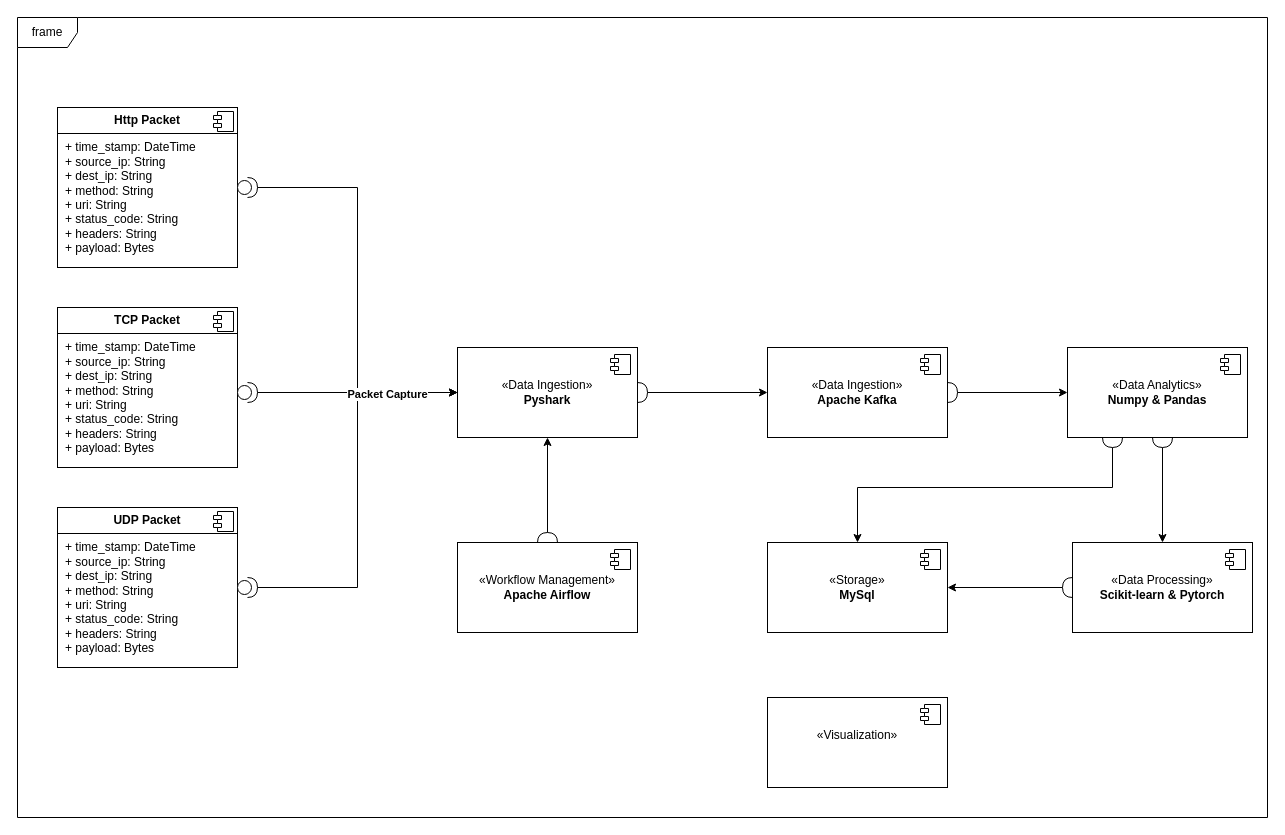
The draw.io diagram Data Flow Diagram.drawio in KaanIsmet/Net-Sentry, before the edit. Source tidied: cells renumbered, new cells numbered last; positions are measured from the earlier drawing's top-left corner, leaving out a move shared by most shapes. Both pictures are drawn from the tidied source at 100%, with x=0, y=0 at pixel (17, 17).
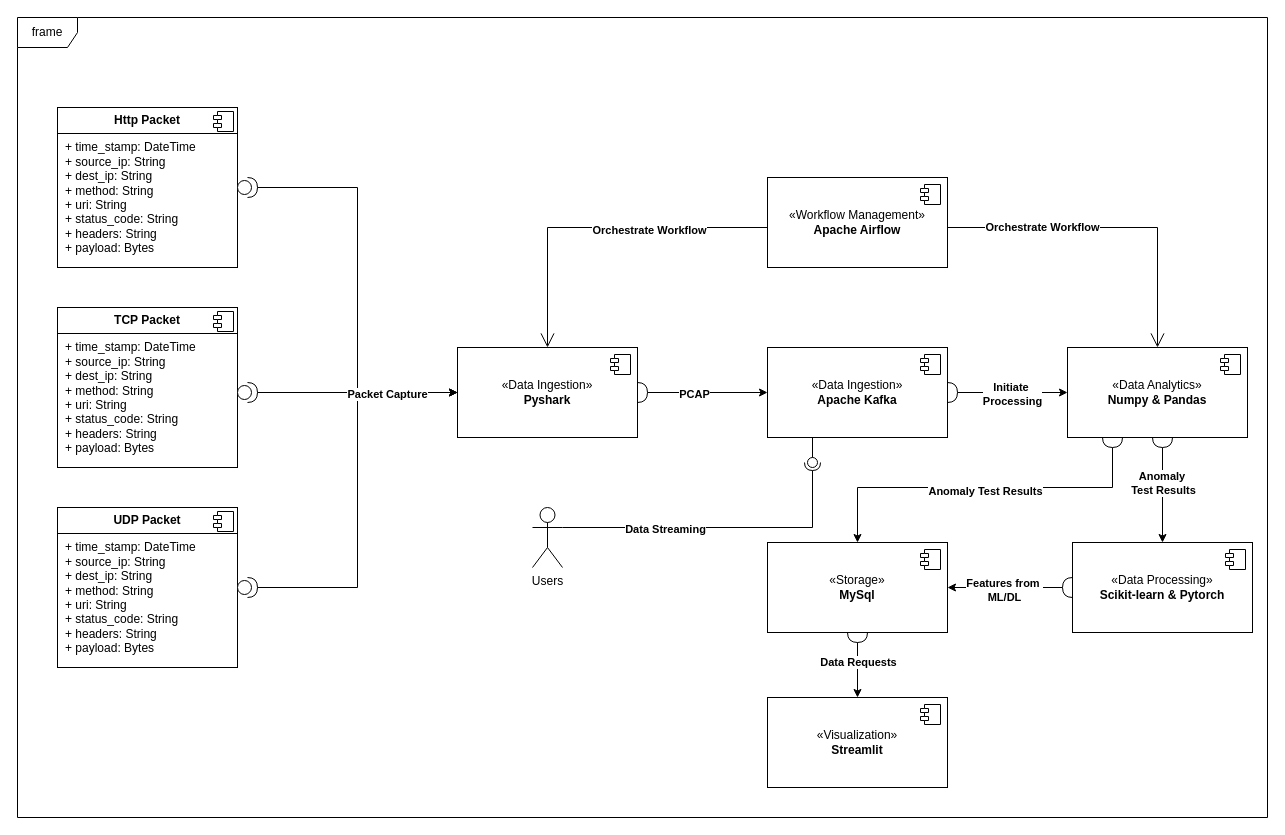
The same page after the edit.

Unchanged cells that the change refers to:
```xml
<mxCell id="3" value="«Data Ingestion»&lt;br&gt;&lt;b&gt;Pyshark&lt;/b&gt;" style="html=1;whiteSpace=wrap;" parent="1" vertex="1">
  <mxGeometry x="440" y="330" width="180" height="90" as="geometry" />
</mxCell>
<mxCell id="18" value="«Data Analytics»&lt;br&gt;&lt;b&gt;Numpy &amp;amp; Pandas&lt;/b&gt;" style="html=1;whiteSpace=wrap;" parent="1" vertex="1">
  <mxGeometry x="1050" y="330" width="180" height="90" as="geometry" />
</mxCell>
<mxCell id="22" style="edgeStyle=orthogonalEdgeStyle;rounded=0;jettySize=auto;html=1;" parent="1" edge="1" source="23" target="26">
  <mxGeometry relative="1" as="geometry" />
</mxCell>
<mxCell id="24" style="edgeStyle=orthogonalEdgeStyle;rounded=0;jettySize=auto;html=1;" parent="1" edge="1" source="25" target="20">
  <mxGeometry relative="1" as="geometry" />
</mxCell>
<mxCell id="26" value="«Data Ingestion»&lt;br&gt;&lt;b&gt;Apache Kafka&lt;/b&gt;" style="html=1;whiteSpace=wrap;" parent="1" vertex="1">
  <mxGeometry x="750" y="330" width="180" height="90" as="geometry" />
</mxCell>
<mxCell id="30" style="edgeStyle=orthogonalEdgeStyle;rounded=0;jettySize=auto;html=1;entryX=0;entryY=0.5;entryDx=0;entryDy=0;" parent="1" edge="1" source="31" target="18">
  <mxGeometry relative="1" as="geometry" />
</mxCell>
<mxCell id="38" style="edgeStyle=orthogonalEdgeStyle;rounded=0;jettySize=auto;html=1;entryX=1;entryY=0.5;entryDx=0;entryDy=0;" parent="1" edge="1" source="39" target="28">
  <mxGeometry relative="1" as="geometry" />
</mxCell>
<mxCell id="40" style="edgeStyle=orthogonalEdgeStyle;rounded=0;jettySize=auto;html=1;entryX=0.5;entryY=0;entryDx=0;entryDy=0;" parent="1" edge="1" source="41" target="28">
  <mxGeometry relative="1" as="geometry">
    <Array as="points">
      <mxPoint x="1095" y="470" />
      <mxPoint x="840" y="470" />
    </Array>
  </mxGeometry>
</mxCell>
```

What changed in the source:
```diff
@@
+    <mxCell id="42" value="&lt;b&gt;PCAP&lt;/b&gt;" style="edgeLabel;html=1;align=center;verticalAlign=middle;" parent="22" vertex="1">
+      <mxGeometry x="-0.23" y="-1" relative="1" as="geometry" />
+    </mxCell>
@@
+    <mxCell id="43" value="&lt;b&gt;Anomaly&amp;nbsp;&lt;/b&gt;&lt;div&gt;&lt;b&gt;Test Results&lt;/b&gt;&lt;/div&gt;" style="edgeLabel;html=1;align=center;verticalAlign=middle;" parent="24" vertex="1">
+      <mxGeometry x="-0.26" relative="1" as="geometry" />
+    </mxCell>
@@
+    <mxCell id="44" value="&lt;b&gt;Initiate&amp;nbsp;&lt;/b&gt;&lt;div&gt;&lt;b&gt;Processing&lt;/b&gt;&lt;/div&gt;" style="edgeLabel;html=1;align=center;verticalAlign=middle;" parent="30" vertex="1">
+      <mxGeometry x="-0.02" y="-1" relative="1" as="geometry" />
+    </mxCell>
@@
-    <mxCell id="32" value="«Visualization»&lt;div&gt;&lt;br/&gt;&lt;/div&gt;" style="html=1;whiteSpace=wrap;" parent="1" vertex="1">
+    <mxCell id="32" value="«Visualization»&lt;div&gt;&lt;b&gt;Streamlit&lt;/b&gt;&lt;/div&gt;" style="html=1;whiteSpace=wrap;" parent="1" vertex="1">
       <mxGeometry x="750" y="680" width="180" height="90" as="geometry" />
     </mxCell>
@@
     <mxCell id="34" value="«Workflow Management»&lt;br&gt;&lt;b&gt;Apache Airflow&lt;/b&gt;" style="html=1;whiteSpace=wrap;" parent="1" vertex="1">
-      <mxGeometry x="440" y="525" width="180" height="90" as="geometry" />
+      <mxGeometry x="750" y="160" width="180" height="90" as="geometry" />
     </mxCell>
@@
-    <mxCell id="36" style="edgeStyle=orthogonalEdgeStyle;rounded=0;jettySize=auto;html=1;entryX=0.5;entryY=1;entryDx=0;entryDy=0;" parent="1" edge="1" source="37" target="3">
-      <mxGeometry relative="1" as="geometry" />
-    </mxCell>
-    <mxCell id="37" style="shape=requiredInterface;html=1;verticalLabelPosition=bottom;sketch=0;direction=north;" parent="1" vertex="1">
-      <mxGeometry x="520" y="515" width="20" height="10" as="geometry" />
-    </mxCell>
@@
+    <mxCell id="45" value="&lt;b&gt;Features from&amp;nbsp;&lt;/b&gt;&lt;div&gt;&lt;b&gt;ML/DL&lt;/b&gt;&lt;/div&gt;" style="edgeLabel;html=1;align=center;verticalAlign=middle;" parent="38" vertex="1">
+      <mxGeometry x="0.03" y="2" relative="1" as="geometry" />
+    </mxCell>
@@
+    <mxCell id="46" value="&lt;b&gt;Anomaly Test Results&lt;/b&gt;" style="edgeLabel;html=1;align=center;verticalAlign=middle;" parent="40" vertex="1">
+      <mxGeometry x="-0.04" y="3" relative="1" as="geometry" />
+    </mxCell>
@@
+    <mxCell id="47" value="Users" style="shape=umlActor;verticalLabelPosition=bottom;verticalAlign=top;html=1;" parent="1" vertex="1">
+      <mxGeometry x="515" y="490" width="30" height="60" as="geometry" />
+    </mxCell>
+    <mxCell id="48" style="endArrow=open;endFill=1;endSize=12;html=1;rounded=0;entryX=0.5;entryY=0;entryDx=0;entryDy=0;curved=0;strokeColor=none;" parent="1" edge="1" target="18">
+      <mxGeometry relative="1" as="geometry">
+        <mxPoint x="930" y="210" as="sourcePoint" />
+        <Array as="points">
+          <mxPoint x="1140" y="210" />
+        </Array>
+      </mxGeometry>
+    </mxCell>
+    <mxCell id="49" style="endArrow=open;endFill=1;endSize=12;html=1;rounded=0;entryX=0.5;entryY=0;entryDx=0;entryDy=0;" parent="1" edge="1" target="18">
+      <mxGeometry relative="1" as="geometry">
+        <mxPoint x="930" y="210" as="sourcePoint" />
+        <Array as="points">
+          <mxPoint x="1140" y="210" />
+        </Array>
+      </mxGeometry>
+    </mxCell>
+    <mxCell id="50" value="&lt;b&gt;Orchestrate Workflow&lt;/b&gt;" style="edgeLabel;html=1;align=center;verticalAlign=middle;" parent="49" vertex="1">
+      <mxGeometry x="-0.43" y="1" relative="1" as="geometry" />
+    </mxCell>
+    <mxCell id="51" style="endArrow=open;endFill=1;endSize=12;html=1;rounded=0;entryX=0.5;entryY=0;entryDx=0;entryDy=0;" parent="1" edge="1" target="3">
+      <mxGeometry relative="1" as="geometry">
+        <mxPoint x="750" y="210" as="sourcePoint" />
+        <Array as="points">
+          <mxPoint x="530" y="210" />
+        </Array>
+      </mxGeometry>
+    </mxCell>
+    <mxCell id="52" value="&lt;b&gt;Orchestrate Workflow&lt;/b&gt;" style="edgeLabel;html=1;align=center;verticalAlign=middle;" parent="51" vertex="1">
+      <mxGeometry x="-0.3" y="2" relative="1" as="geometry" />
+    </mxCell>
+    <mxCell id="53" style="edgeStyle=orthogonalEdgeStyle;rounded=0;jettySize=auto;html=1;" parent="1" edge="1" source="55" target="32">
+      <mxGeometry relative="1" as="geometry" />
+    </mxCell>
+    <mxCell id="54" value="&lt;b&gt;Data Requests&lt;/b&gt;" style="edgeLabel;html=1;align=center;verticalAlign=middle;" parent="53" vertex="1">
+      <mxGeometry x="-0.31" relative="1" as="geometry" />
+    </mxCell>
+    <mxCell id="55" style="shape=requiredInterface;html=1;verticalLabelPosition=bottom;sketch=0;direction=south;" parent="1" vertex="1">
+      <mxGeometry x="830" y="615" width="20" height="10" as="geometry" />
+    </mxCell>
+    <mxCell id="56" style="rounded=0;jettySize=auto;html=1;endArrow=halfCircle;endFill=0;endSize=6;strokeWidth=1;sketch=0;exitX=1;exitY=0.3333333333333333;exitDx=0;exitDy=0;exitPerimeter=0;" parent="1" edge="1" source="47" target="59">
+      <mxGeometry relative="1" as="geometry">
+        <Array as="points">
+          <mxPoint x="795" y="510" />
+        </Array>
+      </mxGeometry>
+    </mxCell>
+    <mxCell id="57" value="&lt;b&gt;Data Streaming&lt;/b&gt;" style="edgeLabel;html=1;align=center;verticalAlign=middle;" parent="56" vertex="1">
+      <mxGeometry x="-0.35" y="-1" relative="1" as="geometry" />
+    </mxCell>
+    <mxCell id="58" style="rounded=0;jettySize=auto;html=1;endArrow=oval;endFill=0;sketch=0;sourcePerimeterSpacing=0;targetPerimeterSpacing=0;endSize=10;exitX=0.25;exitY=1;exitDx=0;exitDy=0;entryX=0.75;entryY=0.9;entryDx=0;entryDy=0;entryPerimeter=0;" parent="1" edge="1" source="26" target="59">
+      <mxGeometry relative="1" as="geometry" />
+    </mxCell>
+    <mxCell id="59" style="ellipse;whiteSpace=wrap;html=1;align=center;fillColor=none;strokeColor=none;perimeter=centerPerimeter;points=[];outlineConnect=1;" parent="1" vertex="1">
+      <mxGeometry x="790" y="440" width="10" height="10" as="geometry" />
+    </mxCell>
```
